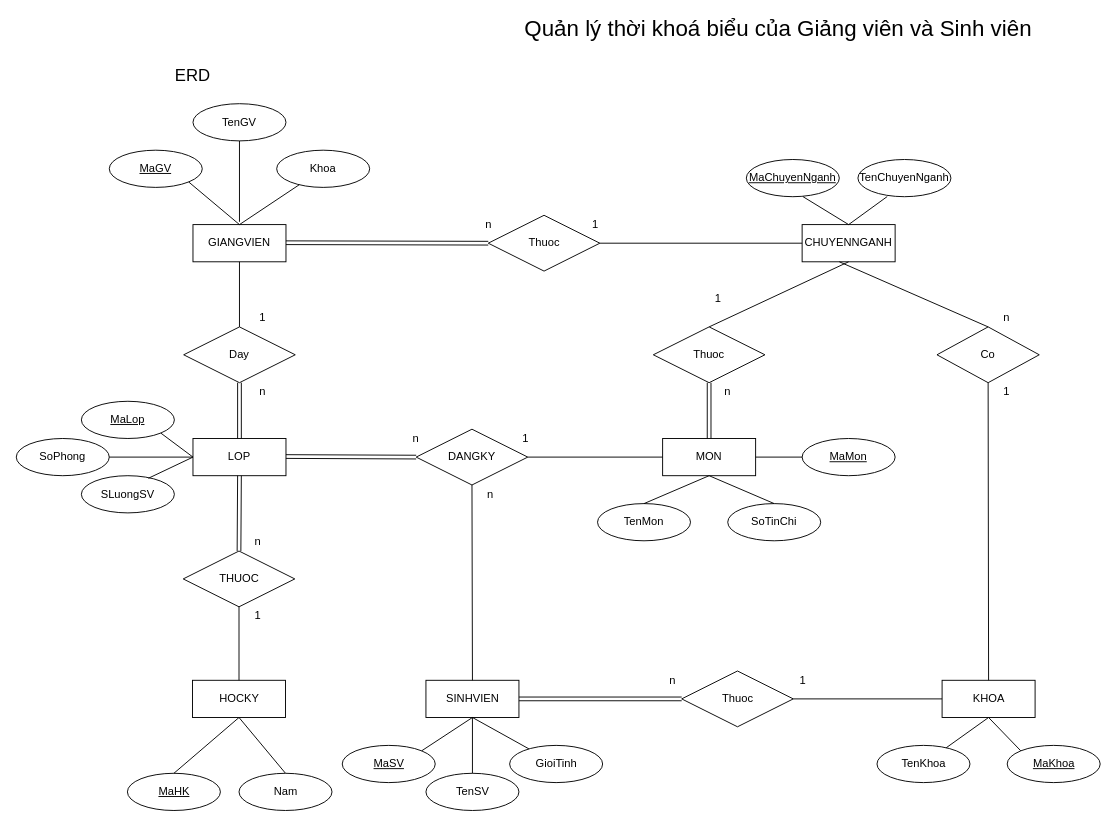
Above: Untitled Diagram.drawio in QuangHuy2201/CSDL (draw.io), before the change. Source tidied: cells renumbered, new cells numbered last; positions are measured from the earlier drawing's top-left corner, leaving out a move shared by most shapes. Both pictures are drawn from the tidied source at 93%, with x=0, y=0 at pixel (16, 20).
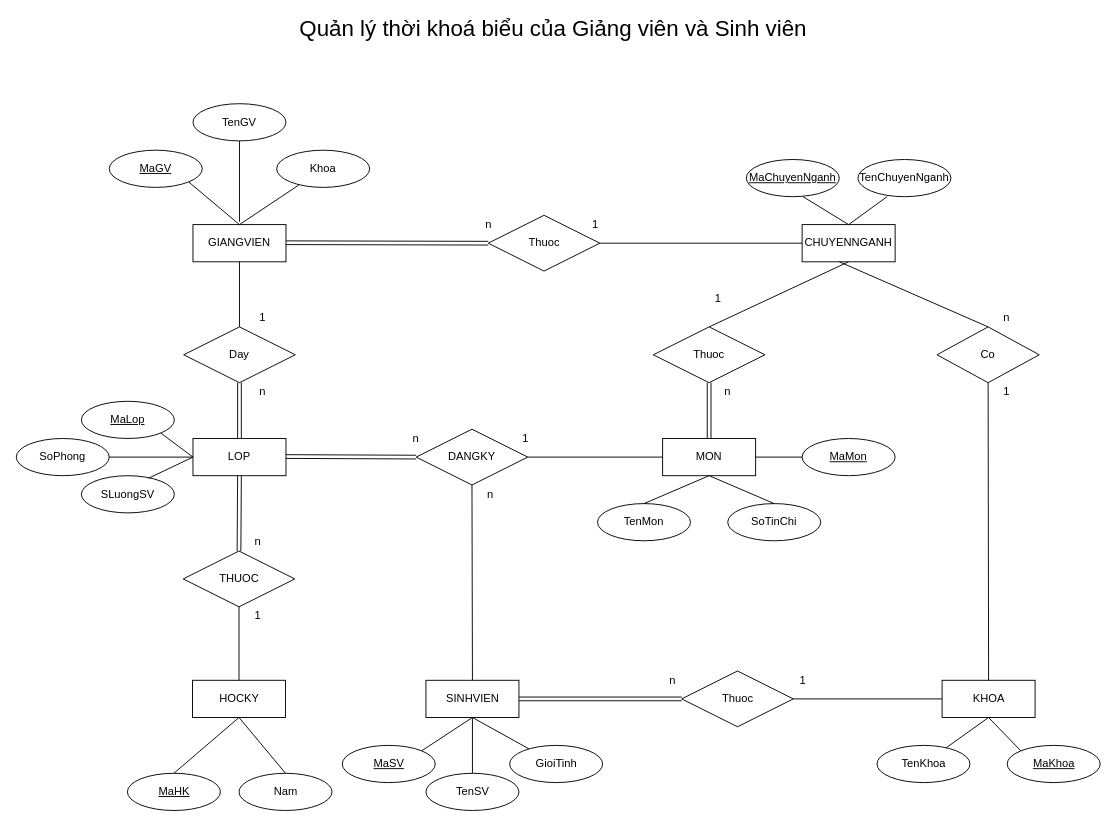
After the change.

What changed in the source:
```diff
@@
     <mxCell id="71" value="&lt;font style=&quot;font-size: 24px&quot;&gt;Quản lý thời khoá biểu của Giảng viên và Sinh viên&lt;/font&gt;" style="text;html=1;strokeColor=none;fillColor=none;align=center;verticalAlign=middle;whiteSpace=wrap;rounded=0;" parent="1" vertex="1">
-      <mxGeometry x="527.5" width="582.5" height="20" as="geometry" />
+      <mxGeometry x="285.5" width="582.5" height="20" as="geometry" />
     </mxCell>
-    <mxCell id="72" value="&lt;font style=&quot;font-size: 18px&quot;&gt;ERD&lt;/font&gt;" style="text;html=1;strokeColor=none;fillColor=none;align=center;verticalAlign=middle;whiteSpace=wrap;rounded=0;fontSize=18;" parent="1" vertex="1">
-      <mxGeometry x="170" y="50" width="40" height="20" as="geometry" />
-    </mxCell>
```
